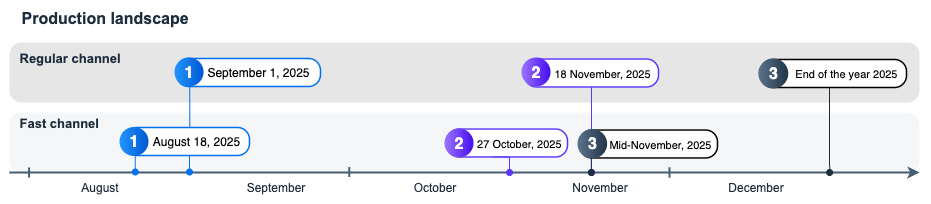
Earlier version of the draw.io export docs/30-development/images/APIRule_Migration_Timeline_-_External_f1ce3d8.png (SAP-docs/btp-cloud-platform). Source tidied: cells renumbered, new cells last; positions are measured from the earlier drawing's top-left corner, leaving out a move shared by most shapes.
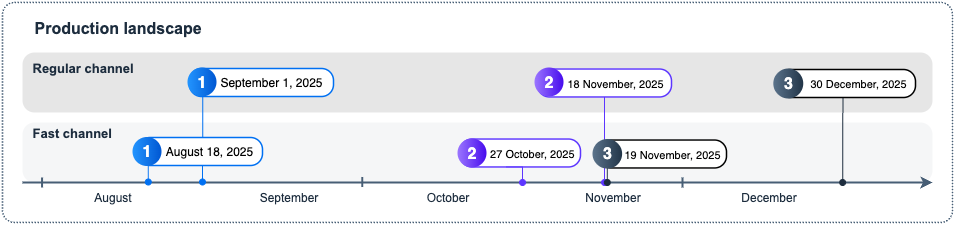
The same file after the commit.

What changed in the source:
```diff
@@ -2,12 +2,15 @@
   <root>
     <mxCell id="0" />
     <mxCell id="1" parent="0" />
-    <mxCell id="2" style="rounded=1;whiteSpace=wrap;html=1;strokeColor=none;fillColor=#F5F6F7;arcSize=24;absoluteArcSize=1;imageWidth=64;imageHeight=64;strokeWidth=1.5;dashed=1;align=center;verticalAlign=middle;fontFamily=Helvetica;fontSize=12;fontColor=default;dashPattern=1 1;" parent="1" vertex="1">
-      <mxGeometry y="110" width="910" height="60" as="geometry" />
-    </mxCell>
-    <mxCell id="3" style="endArrow=classic;html=1;rounded=0;strokeWidth=2;strokeColor=#475E75;entryX=1;entryY=1;entryDx=0;entryDy=0;exitX=0;exitY=1;exitDx=0;exitDy=0;" parent="1" edge="1" source="2" target="2">
-      <mxGeometry relative="1" as="geometry" />
-    </mxCell>
+    <mxCell id="41" style="rounded=1;whiteSpace=wrap;html=1;strokeColor=#475E75;fillColor=none;arcSize=24;absoluteArcSize=1;imageWidth=64;imageHeight=64;strokeWidth=1.5;dashed=1;dashPattern=1 1;" parent="1" vertex="1">
+      <mxGeometry x="-20" y="-10" width="950" height="220" as="geometry" />
+    </mxCell>
+    <mxCell id="42" style="rounded=1;whiteSpace=wrap;html=1;strokeColor=none;fillColor=#F5F6F7;arcSize=24;absoluteArcSize=1;imageWidth=64;imageHeight=64;strokeWidth=1.5;dashed=1;align=center;verticalAlign=middle;fontFamily=Helvetica;fontSize=12;fontColor=default;dashPattern=1 1;" parent="1" vertex="1">
+      <mxGeometry y="110" width="910" height="60" as="geometry" />
+    </mxCell>
+    <mxCell id="43" style="endArrow=classic;html=1;rounded=0;strokeWidth=2;strokeColor=#475E75;entryX=1;entryY=1;entryDx=0;entryDy=0;exitX=0;exitY=1;exitDx=0;exitDy=0;" parent="1" edge="1" source="42" target="42">
+      <mxGeometry relative="1" as="geometry" />
+    </mxCell>
     <mxCell id="4" value="&lt;font size=&quot;1&quot; face=&quot;arial&quot; style=&quot;&quot;&gt;&lt;span style=&quot;font-size: 12px;&quot;&gt;September&lt;/span&gt;&lt;/font&gt;" style="text;html=1;align=center;verticalAlign=middle;strokeColor=none;fillColor=none;fontSize=12;fontColor=#1D2D3E;fontFamily=Helvetica;" parent="1" vertex="1">
       <mxGeometry x="226" y="170" width="80" height="30" as="geometry" />
     </mxCell>
@@ -17,12 +20,12 @@
     <mxCell id="6" value="&lt;font size=&quot;1&quot; face=&quot;arial&quot; style=&quot;&quot;&gt;&lt;span style=&quot;font-size: 12px;&quot;&gt;December&lt;/span&gt;&lt;/font&gt;" style="text;html=1;align=center;verticalAlign=middle;strokeColor=none;fillColor=none;fontSize=12;fontColor=#1D2D3E;fontFamily=Helvetica;" parent="1" vertex="1">
       <mxGeometry x="706" y="170" width="80" height="30" as="geometry" />
     </mxCell>
-    <mxCell id="7" style="endArrow=none;html=1;rounded=0;strokeWidth=2;strokeColor=#475E75;endFill=0;" parent="1" edge="1">
-      <mxGeometry relative="1" as="geometry">
-        <mxPoint x="660" y="165" as="sourcePoint" />
-        <mxPoint x="660" y="175" as="targetPoint" />
-      </mxGeometry>
-    </mxCell>
+    <mxCell id="44" style="endArrow=none;html=1;rounded=0;strokeWidth=2;strokeColor=#475E75;endFill=0;" parent="1" edge="1">
+      <mxGeometry relative="1" as="geometry">
+        <mxPoint x="660" y="165" as="sourcePoint" />
+        <mxPoint x="660" y="175" as="targetPoint" />
+      </mxGeometry>
+    </mxCell>
     <mxCell id="8" value="&lt;font face=&quot;arial&quot;&gt;&lt;span&gt;&lt;b&gt;Regular channel&lt;/b&gt;&lt;/span&gt;&lt;/font&gt;" style="text;html=1;align=left;verticalAlign=middle;strokeColor=none;fillColor=none;fontSize=12;fontColor=#1d2d3e;fontFamily=Helvetica;" parent="1" vertex="1">
       <mxGeometry x="17.6" y="59" width="120" height="30" as="geometry" />
     </mxCell>
@@ -35,108 +38,108 @@
     <mxCell id="11" value="&lt;font size=&quot;1&quot; face=&quot;arial&quot; style=&quot;&quot;&gt;&lt;span style=&quot;font-size: 12px;&quot;&gt;August&lt;/span&gt;&lt;/font&gt;" style="text;html=1;align=center;verticalAlign=middle;strokeColor=none;fillColor=none;fontSize=12;fontColor=#1D2D3E;fontFamily=Helvetica;" parent="1" vertex="1">
       <mxGeometry x="60" y="170" width="60" height="30" as="geometry" />
     </mxCell>
-    <mxCell id="12" style="rounded=1;whiteSpace=wrap;html=1;strokeColor=none;fillColor=#E6E6E6;arcSize=24;absoluteArcSize=1;imageWidth=64;imageHeight=64;strokeWidth=1.5;dashed=1;dashPattern=1 1;align=center;verticalAlign=middle;fontFamily=Helvetica;fontSize=12;fontColor=default;" parent="1" vertex="1">
-      <mxGeometry y="40" width="910" height="60" as="geometry" />
-    </mxCell>
+    <mxCell id="45" style="rounded=1;whiteSpace=wrap;html=1;strokeColor=none;fillColor=#E6E6E6;arcSize=24;absoluteArcSize=1;imageWidth=64;imageHeight=64;strokeWidth=1.5;dashed=1;dashPattern=1 1;align=center;verticalAlign=middle;fontFamily=Helvetica;fontSize=12;fontColor=default;" parent="1" vertex="1">
+      <mxGeometry y="40" width="910" height="60" as="geometry" />
+    </mxCell>
     <mxCell id="13" value="&lt;font size=&quot;1&quot; face=&quot;arial&quot; style=&quot;&quot;&gt;&lt;span style=&quot;font-size: 12px;&quot;&gt;November&lt;/span&gt;&lt;/font&gt;" style="text;html=1;align=center;verticalAlign=middle;strokeColor=none;fillColor=none;fontSize=12;fontColor=#1D2D3E;fontFamily=Helvetica;" parent="1" vertex="1">
       <mxGeometry x="550" y="170" width="80" height="30" as="geometry" />
     </mxCell>
     <mxCell id="14" value="&lt;font face=&quot;arial&quot;&gt;&lt;span&gt;&lt;b&gt;Regular channel&lt;/b&gt;&lt;/span&gt;&lt;/font&gt;" style="text;html=1;align=left;verticalAlign=middle;strokeColor=none;fillColor=none;fontSize=13;fontColor=#1d2d3e;fontFamily=Helvetica;" parent="1" vertex="1">
       <mxGeometry x="7.6" y="40" width="120" height="30" as="geometry" />
     </mxCell>
-    <mxCell id="15" style="group;" parent="1" vertex="1">
-      <mxGeometry x="502" y="56" width="157" height="114" as="geometry" />
-    </mxCell>
-    <mxCell id="16" style="edgeStyle=orthogonalEdgeStyle;rounded=0;jettySize=auto;html=1;exitX=0.5;exitY=1;exitDx=0;exitDy=0;endArrow=oval;endFill=1;strokeColor=#5D36FF;" parent="15" edge="1" source="17">
-      <mxGeometry relative="1" as="geometry">
-        <mxPoint x="80.1" y="114" as="targetPoint" />
-      </mxGeometry>
-    </mxCell>
+    <mxCell id="46" style="group;" parent="1" vertex="1">
+      <mxGeometry x="502" y="56" width="157" height="114" as="geometry" />
+    </mxCell>
+    <mxCell id="47" style="edgeStyle=orthogonalEdgeStyle;rounded=0;jettySize=auto;html=1;exitX=0.5;exitY=1;exitDx=0;exitDy=0;endArrow=oval;endFill=1;strokeColor=#5D36FF;" parent="46" edge="1" source="17">
+      <mxGeometry relative="1" as="geometry">
+        <mxPoint x="80.1" y="114" as="targetPoint" />
+      </mxGeometry>
+    </mxCell>
-    <mxCell id="17" value="18 November, 2025" style="rounded=1;whiteSpace=wrap;html=1;strokeColor=#5D36FF;fillColor=#ffffff;arcSize=24;absoluteArcSize=1;imageWidth=64;imageHeight=64;strokeWidth=1.5;align=right;spacingLeft=0;spacing=0;fontSize=11;spacingRight=8;" parent="15" vertex="1">
+    <mxCell id="17" value="18 November, 2025" style="rounded=1;whiteSpace=wrap;html=1;strokeColor=#5D36FF;fillColor=#ffffff;arcSize=24;absoluteArcSize=1;imageWidth=64;imageHeight=64;strokeWidth=1.5;align=right;spacingLeft=0;spacing=0;fontSize=11;spacingRight=8;" parent="46" vertex="1">
       <mxGeometry x="13" y="0.5" width="134" height="28" as="geometry" />
     </mxCell>
-    <mxCell id="18" value="2" style="ellipse;whiteSpace=wrap;html=1;rotation=0;gradientColor=#470CED;strokeColor=none;gradientDirection=east;fillColor=#9B76FF;rounded=0;fontFamily=Helvetica;fontSize=16;fontColor=#FFFFFF;spacingTop=4;spacingBottom=4;spacingLeft=4;spacingRight=4;fontStyle=1;" parent="15" vertex="1">
+    <mxCell id="18" value="2" style="ellipse;whiteSpace=wrap;html=1;rotation=0;gradientColor=#470CED;strokeColor=none;gradientDirection=east;fillColor=#9B76FF;rounded=0;fontFamily=Helvetica;fontSize=16;fontColor=#FFFFFF;spacingTop=4;spacingBottom=4;spacingLeft=4;spacingRight=4;fontStyle=1;" parent="46" vertex="1">
       <mxGeometry x="10" y="-1" width="29" height="29" as="geometry" />
     </mxCell>
-    <mxCell id="19" value="27 October, 2025" style="rounded=1;whiteSpace=wrap;html=1;strokeColor=#5D36FF;fillColor=#ffffff;arcSize=24;absoluteArcSize=1;imageWidth=64;imageHeight=64;strokeWidth=1.5;align=right;spacingLeft=0;spacing=0;fontSize=11;spacingRight=7;" parent="15" vertex="1">
+    <mxCell id="19" value="27 October, 2025" style="rounded=1;whiteSpace=wrap;html=1;strokeColor=#5D36FF;fillColor=#ffffff;arcSize=24;absoluteArcSize=1;imageWidth=64;imageHeight=64;strokeWidth=1.5;align=right;spacingLeft=0;spacing=0;fontSize=11;spacingRight=7;" parent="46" vertex="1">
       <mxGeometry x="-64.5" y="70.5" width="120.5" height="28" as="geometry" />
     </mxCell>
-    <mxCell id="20" value="2" style="ellipse;whiteSpace=wrap;html=1;rotation=0;gradientColor=#470CED;strokeColor=none;gradientDirection=east;fillColor=#9B76FF;rounded=0;fontFamily=Helvetica;fontSize=16;fontColor=#FFFFFF;spacingTop=4;spacingBottom=4;spacingLeft=4;spacingRight=4;fontStyle=1;" parent="15" vertex="1">
+    <mxCell id="20" value="2" style="ellipse;whiteSpace=wrap;html=1;rotation=0;gradientColor=#470CED;strokeColor=none;gradientDirection=east;fillColor=#9B76FF;rounded=0;fontFamily=Helvetica;fontSize=16;fontColor=#FFFFFF;spacingTop=4;spacingBottom=4;spacingLeft=4;spacingRight=4;fontStyle=1;" parent="46" vertex="1">
       <mxGeometry x="-67" y="70" width="29" height="29" as="geometry" />
     </mxCell>
-    <mxCell id="21" style="group;" parent="1" vertex="1">
-      <mxGeometry x="415.5" y="126" width="148.5" height="44" as="geometry" />
-    </mxCell>
-    <mxCell id="22" style="edgeStyle=orthogonalEdgeStyle;rounded=0;orthogonalLoop=1;jettySize=auto;html=1;exitX=0.5;exitY=1;exitDx=0;exitDy=0;endArrow=oval;endFill=1;strokeColor=#5D36FF;" parent="21" edge="1">
-      <mxGeometry relative="1" as="geometry">
-        <mxPoint x="68" y="28.5" as="sourcePoint" />
-        <mxPoint x="84.6" y="44" as="targetPoint" />
-      </mxGeometry>
-    </mxCell>
-    <mxCell id="23" style="group;spacing=2;spacingLeft=0;spacingRight=-2;" parent="1" vertex="1">
-      <mxGeometry x="568" y="126.5" width="153" height="43.5" as="geometry" />
-    </mxCell>
-    <mxCell id="24" style="edgeStyle=orthogonalEdgeStyle;rounded=0;orthogonalLoop=1;jettySize=auto;html=1;exitX=0;exitY=0.5;exitDx=0;exitDy=0;endArrow=oval;endFill=1;strokeColor=#1D2D3E;" parent="23" edge="1">
-      <mxGeometry relative="1" as="geometry">
-        <mxPoint x="13.8" y="10.5" as="sourcePoint" />
-        <mxPoint x="13.8" y="43.5" as="targetPoint" />
-      </mxGeometry>
-    </mxCell>
-    <mxCell id="25" style="group;spacingRight=0;spacingLeft=0;" parent="23" vertex="1">
-      <mxGeometry width="153" height="30" as="geometry" />
-    </mxCell>
-    <mxCell id="26" value="Mid-November, 2025" style="rounded=1;whiteSpace=wrap;html=1;strokeColor=#000000;fillColor=#ffffff;arcSize=24;absoluteArcSize=1;imageWidth=64;imageHeight=64;strokeWidth=1.5;align=right;spacingLeft=0;spacing=0;fontSize=11;spacingRight=6;" parent="25" vertex="1">
-      <mxGeometry x="2.5" y="1" width="137.5" height="28" as="geometry" />
-    </mxCell>
+    <mxCell id="48" style="group;" parent="1" vertex="1">
+      <mxGeometry x="415.5" y="126" width="148.5" height="44" as="geometry" />
+    </mxCell>
+    <mxCell id="49" style="edgeStyle=orthogonalEdgeStyle;rounded=0;orthogonalLoop=1;jettySize=auto;html=1;exitX=0.5;exitY=1;exitDx=0;exitDy=0;endArrow=oval;endFill=1;strokeColor=#5D36FF;" parent="48" edge="1">
+      <mxGeometry relative="1" as="geometry">
+        <mxPoint x="68" y="28.5" as="sourcePoint" />
+        <mxPoint x="84.6" y="44" as="targetPoint" />
+      </mxGeometry>
+    </mxCell>
+    <mxCell id="50" style="group;spacing=2;spacingLeft=0;spacingRight=-2;" parent="1" vertex="1">
+      <mxGeometry x="568" y="126.5" width="153" height="43.5" as="geometry" />
+    </mxCell>
+    <mxCell id="51" style="edgeStyle=orthogonalEdgeStyle;rounded=0;orthogonalLoop=1;jettySize=auto;html=1;exitX=0;exitY=0.5;exitDx=0;exitDy=0;endArrow=oval;endFill=1;strokeColor=#1D2D3E;" parent="50" edge="1">
+      <mxGeometry relative="1" as="geometry">
+        <mxPoint x="16.8" y="10.5" as="sourcePoint" />
+        <mxPoint x="16.8" y="43.5" as="targetPoint" />
+      </mxGeometry>
+    </mxCell>
+    <mxCell id="52" style="group;spacingRight=0;spacingLeft=0;" parent="50" vertex="1">
+      <mxGeometry x="2" width="153" height="30" as="geometry" />
+    </mxCell>
+    <mxCell id="53" value="19 November, 2025" style="rounded=1;whiteSpace=wrap;html=1;strokeColor=#000000;fillColor=#ffffff;arcSize=24;absoluteArcSize=1;imageWidth=64;imageHeight=64;strokeWidth=1.5;align=right;spacingLeft=0;spacing=0;fontSize=11;spacingRight=6;" parent="52" vertex="1">
+      <mxGeometry x="6.5" y="1" width="127.5" height="28" as="geometry" />
+    </mxCell>
-    <mxCell id="27" value="3" style="ellipse;whiteSpace=wrap;html=1;rotation=0;gradientColor=#223548;strokeColor=none;gradientDirection=east;fillColor=#5b738b;rounded=0;fontFamily=Helvetica;fontSize=16;fontColor=#FFFFFF;spacingTop=4;spacingBottom=4;spacingLeft=4;spacingRight=4;fontStyle=1;" parent="25" vertex="1">
+    <mxCell id="27" value="3" style="ellipse;whiteSpace=wrap;html=1;rotation=0;gradientColor=#223548;strokeColor=none;gradientDirection=east;fillColor=#5b738b;rounded=0;fontFamily=Helvetica;fontSize=16;fontColor=#FFFFFF;spacingTop=4;spacingBottom=4;spacingLeft=4;spacingRight=4;fontStyle=1;" parent="52" vertex="1">
       <mxGeometry width="29.6" height="29.6" as="geometry" />
     </mxCell>
-    <mxCell id="28" style="group;" parent="1" vertex="1">
-      <mxGeometry x="749.8" y="56" width="147.2" height="114" as="geometry" />
-    </mxCell>
-    <mxCell id="29" style="edgeStyle=orthogonalEdgeStyle;rounded=0;jettySize=auto;html=1;exitX=0.471;exitY=0.906;exitDx=0;exitDy=0;endArrow=oval;endFill=1;strokeColor=#1D2D3E;exitPerimeter=0;" parent="28" edge="1" source="30">
-      <mxGeometry relative="1" as="geometry">
-        <mxPoint x="70.4" y="114" as="targetPoint" />
-      </mxGeometry>
-    </mxCell>
-    <mxCell id="30" value="End of the year 2025" style="rounded=1;whiteSpace=wrap;html=1;strokeColor=#000000;fillColor=#ffffff;arcSize=24;absoluteArcSize=1;imageWidth=64;imageHeight=64;strokeWidth=1.5;align=right;spacingLeft=0;spacing=0;fontSize=11;spacingRight=9;" parent="28" vertex="1">
-      <mxGeometry x="1.5" y="1" width="145.8" height="28" as="geometry" />
-    </mxCell>
+    <mxCell id="54" style="group;" parent="1" vertex="1">
+      <mxGeometry x="749.8" y="56" width="147.2" height="114" as="geometry" />
+    </mxCell>
+    <mxCell id="55" style="edgeStyle=orthogonalEdgeStyle;rounded=0;jettySize=auto;html=1;exitX=0.471;exitY=0.906;exitDx=0;exitDy=0;endArrow=oval;endFill=1;strokeColor=#1D2D3E;exitPerimeter=0;" parent="54" edge="1" source="56">
+      <mxGeometry relative="1" as="geometry">
+        <mxPoint x="70.4" y="114" as="targetPoint" />
+      </mxGeometry>
+    </mxCell>
+    <mxCell id="56" value="30 December, 2025" style="rounded=1;whiteSpace=wrap;html=1;strokeColor=#000000;fillColor=#ffffff;arcSize=24;absoluteArcSize=1;imageWidth=64;imageHeight=64;strokeWidth=1.5;align=right;spacingLeft=0;spacing=0;fontSize=11;spacingRight=9;" parent="54" vertex="1">
+      <mxGeometry x="6" y="1" width="137.2" height="28" as="geometry" />
+    </mxCell>
-    <mxCell id="31" value="3" style="ellipse;whiteSpace=wrap;html=1;rotation=0;gradientColor=#223548;strokeColor=none;gradientDirection=east;fillColor=#5b738b;rounded=0;fontFamily=Helvetica;fontSize=16;fontColor=#FFFFFF;spacingTop=4;spacingBottom=4;spacingLeft=4;spacingRight=4;fontStyle=1;" parent="28" vertex="1">
-      <mxGeometry x="-1" width="30" height="30" as="geometry" />
+    <mxCell id="31" value="3" style="ellipse;whiteSpace=wrap;html=1;rotation=0;gradientColor=#223548;strokeColor=none;gradientDirection=east;fillColor=#5b738b;rounded=0;fontFamily=Helvetica;fontSize=16;fontColor=#FFFFFF;spacingTop=4;spacingBottom=4;spacingLeft=4;spacingRight=4;fontStyle=1;" parent="54" vertex="1">
+      <mxGeometry x="1" width="30" height="30" as="geometry" />
     </mxCell>
-    <mxCell id="32" style="endArrow=none;html=1;rounded=0;strokeWidth=2;strokeColor=#475E75;endFill=0;" parent="1" edge="1">
-      <mxGeometry relative="1" as="geometry">
-        <mxPoint x="339.7" y="164.5" as="sourcePoint" />
-        <mxPoint x="339.7" y="174.5" as="targetPoint" />
-      </mxGeometry>
-    </mxCell>
-    <mxCell id="33" style="endArrow=none;html=1;rounded=0;strokeWidth=2;strokeColor=#475E75;endFill=0;" parent="1" edge="1">
-      <mxGeometry relative="1" as="geometry">
-        <mxPoint x="19.6" y="165" as="sourcePoint" />
-        <mxPoint x="19.6" y="175" as="targetPoint" />
-      </mxGeometry>
-    </mxCell>
-    <mxCell id="34" style="group;" parent="1" vertex="1">
-      <mxGeometry x="112" y="55" width="200" height="114.5" as="geometry" />
-    </mxCell>
+    <mxCell id="57" style="endArrow=none;html=1;rounded=0;strokeWidth=2;strokeColor=#475E75;endFill=0;" parent="1" edge="1">
+      <mxGeometry relative="1" as="geometry">
+        <mxPoint x="339.7" y="164.5" as="sourcePoint" />
+        <mxPoint x="339.7" y="174.5" as="targetPoint" />
+      </mxGeometry>
+    </mxCell>
+    <mxCell id="58" style="endArrow=none;html=1;rounded=0;strokeWidth=2;strokeColor=#475E75;endFill=0;" parent="1" edge="1">
+      <mxGeometry relative="1" as="geometry">
+        <mxPoint x="19.6" y="165" as="sourcePoint" />
+        <mxPoint x="19.6" y="175" as="targetPoint" />
+      </mxGeometry>
+    </mxCell>
+    <mxCell id="59" style="group;" parent="1" vertex="1">
+      <mxGeometry x="112" y="55" width="200" height="114.5" as="geometry" />
+    </mxCell>
-    <mxCell id="35" value="September 1, 2025" style="rounded=1;whiteSpace=wrap;html=1;strokeColor=#0070F2;fillColor=#ffffff;arcSize=24;absoluteArcSize=1;imageWidth=64;imageHeight=64;strokeWidth=1.5;align=right;spacingLeft=0;spacing=11;" parent="34" vertex="1">
+    <mxCell id="35" value="September 1, 2025" style="rounded=1;whiteSpace=wrap;html=1;strokeColor=#0070F2;fillColor=#ffffff;arcSize=24;absoluteArcSize=1;imageWidth=64;imageHeight=64;strokeWidth=1.5;align=right;spacingLeft=0;spacing=11;" parent="59" vertex="1">
       <mxGeometry x="55" y="1" width="144" height="28" as="geometry" />
     </mxCell>
-    <mxCell id="36" value="1" style="ellipse;whiteSpace=wrap;html=1;rotation=0;gradientColor=#0057D2;strokeColor=none;gradientDirection=east;fillColor=#2395FF;rounded=0;fontFamily=Helvetica;fontSize=16;fontColor=#FFFFFF;spacingTop=4;spacingBottom=4;spacingLeft=4;spacingRight=4;fontStyle=1;" parent="34" vertex="1">
+    <mxCell id="36" value="1" style="ellipse;whiteSpace=wrap;html=1;rotation=0;gradientColor=#0057D2;strokeColor=none;gradientDirection=east;fillColor=#2395FF;rounded=0;fontFamily=Helvetica;fontSize=16;fontColor=#FFFFFF;spacingTop=4;spacingBottom=4;spacingLeft=4;spacingRight=4;fontStyle=1;" parent="59" vertex="1">
       <mxGeometry x="53" width="29" height="29" as="geometry" />
     </mxCell>
-    <mxCell id="37" style="edgeStyle=orthogonalEdgeStyle;rounded=0;jettySize=auto;html=1;exitX=0.092;exitY=0.978;exitDx=0;exitDy=0;endArrow=oval;endFill=1;strokeColor=#0070F2;exitPerimeter=0;" parent="34" edge="1" source="35">
-      <mxGeometry relative="1" as="geometry">
-        <mxPoint x="68" y="114.5" as="targetPoint" />
-      </mxGeometry>
-    </mxCell>
-    <mxCell id="38" style="edgeStyle=orthogonalEdgeStyle;rounded=0;orthogonalLoop=1;jettySize=auto;html=1;exitX=0.5;exitY=1;exitDx=0;exitDy=0;endArrow=oval;endFill=1;strokeColor=#0070F2;" parent="1" edge="1">
-      <mxGeometry relative="1" as="geometry">
-        <mxPoint x="125.8" y="153" as="sourcePoint" />
-        <mxPoint x="125.8" y="169.5" as="targetPoint" />
-      </mxGeometry>
-    </mxCell>
+    <mxCell id="60" style="edgeStyle=orthogonalEdgeStyle;rounded=0;jettySize=auto;html=1;exitX=0.092;exitY=0.978;exitDx=0;exitDy=0;endArrow=oval;endFill=1;strokeColor=#0070F2;exitPerimeter=0;" parent="59" edge="1" source="35">
+      <mxGeometry relative="1" as="geometry">
+        <mxPoint x="68" y="114.5" as="targetPoint" />
+      </mxGeometry>
+    </mxCell>
+    <mxCell id="61" style="edgeStyle=orthogonalEdgeStyle;rounded=0;orthogonalLoop=1;jettySize=auto;html=1;exitX=0.5;exitY=1;exitDx=0;exitDy=0;endArrow=oval;endFill=1;strokeColor=#0070F2;" parent="1" edge="1">
+      <mxGeometry relative="1" as="geometry">
+        <mxPoint x="125.8" y="153" as="sourcePoint" />
+        <mxPoint x="125.8" y="169.5" as="targetPoint" />
+      </mxGeometry>
+    </mxCell>
     <mxCell id="39" value="August 18, 2025" style="rounded=1;whiteSpace=wrap;html=1;strokeColor=#0070F2;fillColor=#ffffff;arcSize=24;absoluteArcSize=1;imageWidth=64;imageHeight=64;strokeWidth=1.5;align=center;spacingLeft=18;spacing=0;spacingRight=0;" parent="1" vertex="1">
       <mxGeometry x="115.5" y="125" width="124.5" height="28" as="geometry" />
     </mxCell>
```
